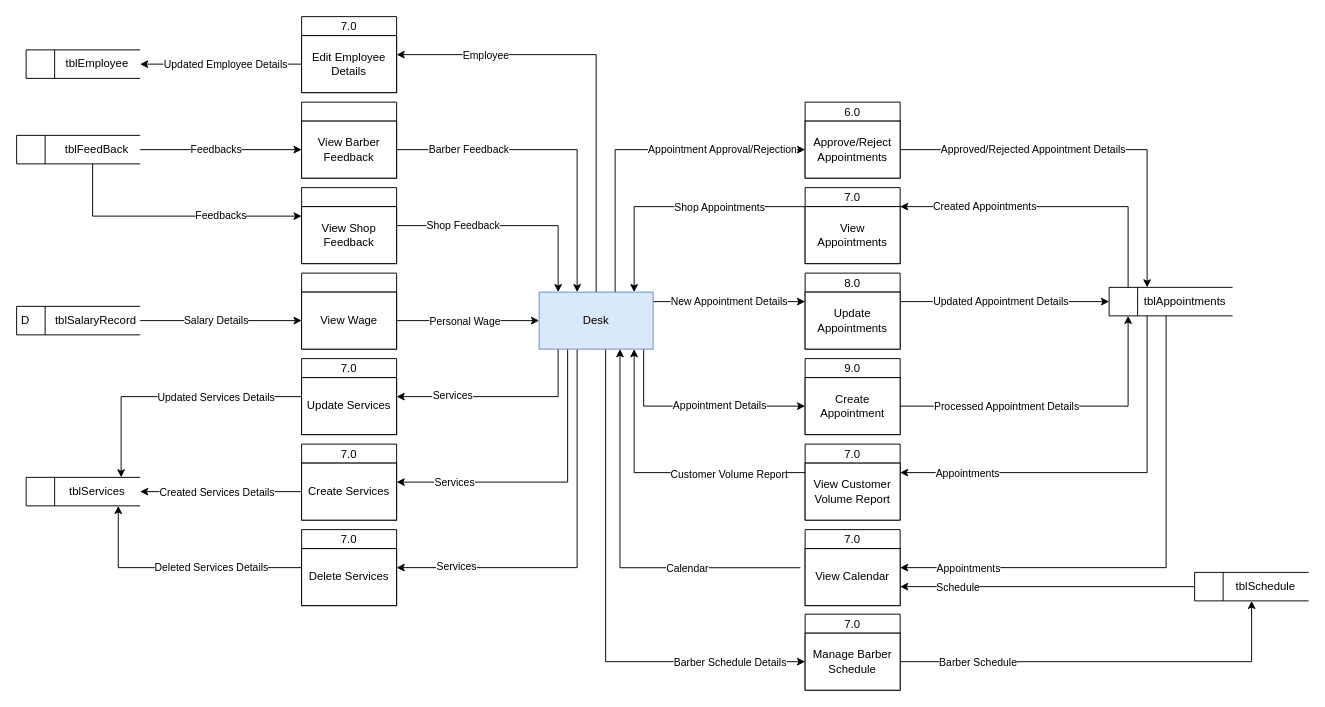
Earlier version of the draw.io diagram page "Desk" (3 of 5) of Diagrams/Data flow.drawio (iampotato16/AppointCut). Source tidied: cells renumbered, new cells numbered last; positions are measured from the earlier drawing's top-left corner, leaving out a move shared by most shapes. Both pictures are drawn from the tidied source at 95%, with x=0, y=0 at pixel (16, 16).
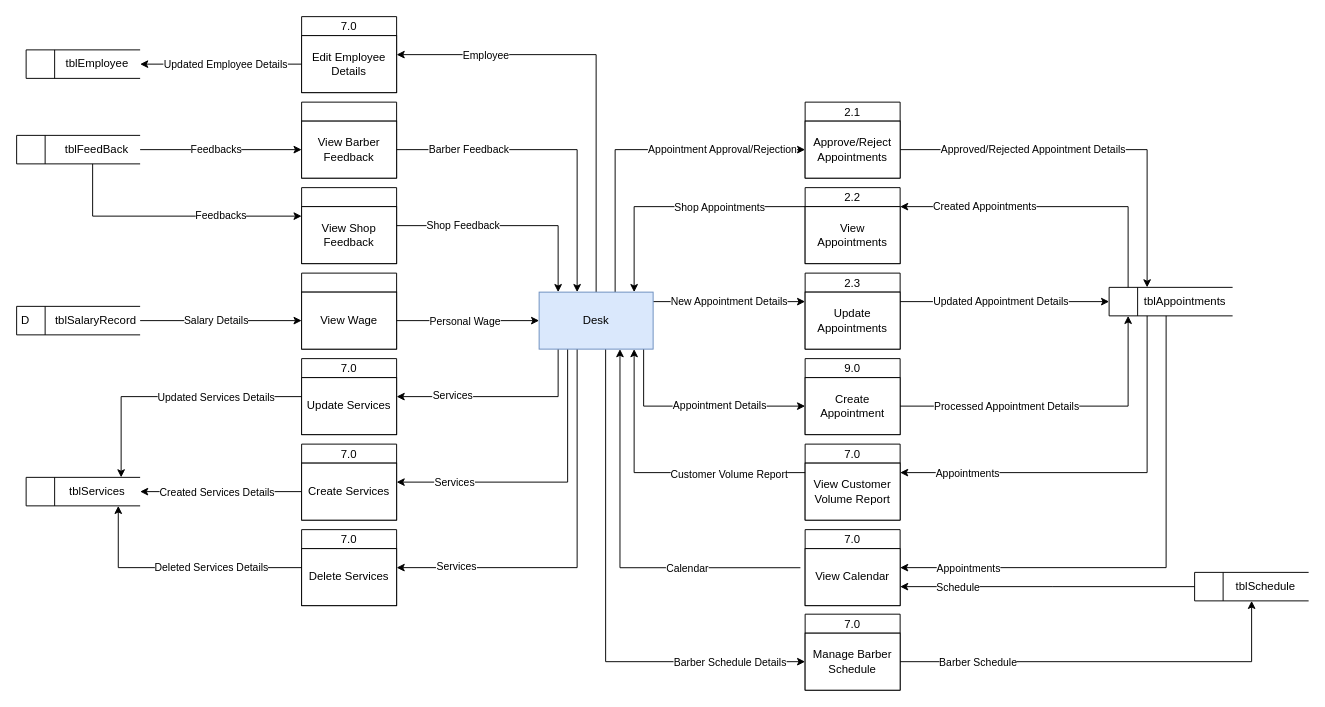
Above is the later version.

The edit, as a diff of the source:
```diff
@@
-    <mxCell id="21" value="6.0" style="swimlane;fontStyle=0;horizontal=1;startSize=20;fillColor=#ffffff;swimlaneFillColor=#ffffff;" parent="1" vertex="1">
+    <mxCell id="21" value="2.1" style="swimlane;fontStyle=0;horizontal=1;startSize=20;fillColor=#ffffff;swimlaneFillColor=#ffffff;" parent="1" vertex="1">
       <mxGeometry x="830" y="90" width="100" height="80" as="geometry" />
     </mxCell>
@@
-    <mxCell id="23" value="7.0" style="swimlane;fontStyle=0;horizontal=1;startSize=20;fillColor=#ffffff;swimlaneFillColor=#ffffff;" parent="1" vertex="1">
+    <mxCell id="23" value="2.2" style="swimlane;fontStyle=0;horizontal=1;startSize=20;fillColor=#ffffff;swimlaneFillColor=#ffffff;" parent="1" vertex="1">
       <mxGeometry x="830" y="180" width="100" height="80" as="geometry" />
     </mxCell>
@@
-    <mxCell id="25" value="8.0" style="swimlane;fontStyle=0;horizontal=1;startSize=20;fillColor=#ffffff;swimlaneFillColor=#ffffff;" parent="1" vertex="1">
+    <mxCell id="25" value="2.3" style="swimlane;fontStyle=0;horizontal=1;startSize=20;fillColor=#ffffff;swimlaneFillColor=#ffffff;" parent="1" vertex="1">
       <mxGeometry x="830" y="270" width="100" height="80" as="geometry" />
     </mxCell>
```
